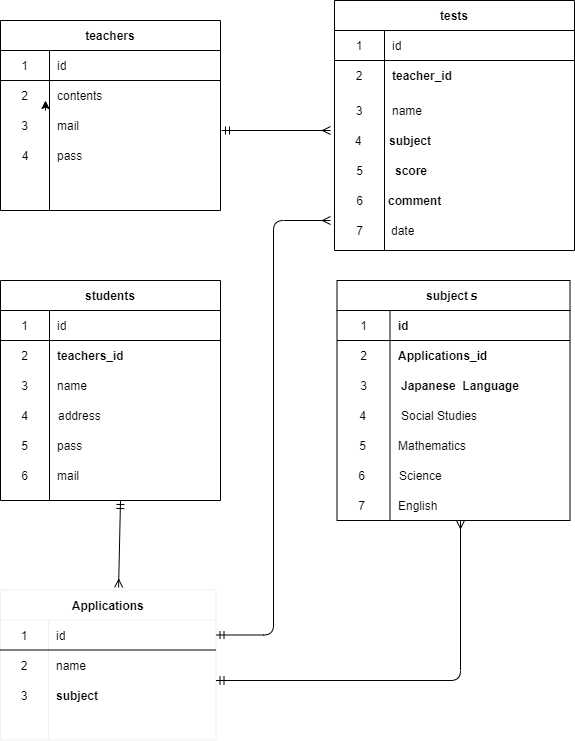
Earlier version of the draw.io export index.drawio.png (konomi0527/20210724kato). Source tidied: cells renumbered, new cells last; positions are measured from the earlier drawing's top-left corner, leaving out a move shared by most shapes.
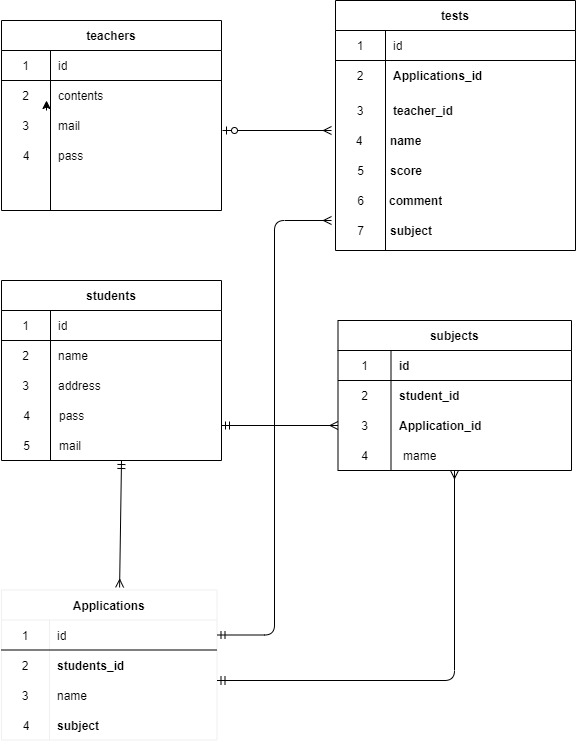
Later version of the same file.

Commit message:
修正内容が分かるコミットメッセージ

What changed in the source:
```diff
@@ -39,7 +39,7 @@
       <mxGeometry x="49" width="171" height="30" as="geometry" />
     </mxCell>
     <mxCell id="13" value="students" style="shape=table;startSize=30;rowLines=0;fontStyle=1;align=center;" parent="1" vertex="1">
-      <mxGeometry y="280" width="220" height="220" as="geometry" />
+      <mxGeometry y="280" width="220" height="180" as="geometry" />
     </mxCell>
     <mxCell id="14" style="shape=partialRectangle;html=1;whiteSpace=wrap;fillColor=none;top=0;left=0;bottom=1;right=0;" parent="13" vertex="1">
       <mxGeometry y="30" width="220" height="30" as="geometry" />
@@ -50,53 +50,44 @@
     <mxCell id="16" value="id" style="shape=partialRectangle;html=1;whiteSpace=wrap;fillColor=none;top=0;left=0;bottom=0;right=0;align=left;spacingLeft=6;overflow=hidden;" parent="14" vertex="1">
       <mxGeometry x="49" width="171" height="30" as="geometry" />
     </mxCell>
-    <mxCell id="17" style="shape=partialRectangle;html=1;whiteSpace=wrap;fillColor=none;top=0;left=0;bottom=0;right=0;" parent="13" vertex="1">
-      <mxGeometry y="60" width="220" height="30" as="geometry" />
-    </mxCell>
-    <mxCell id="18" value="2" style="shape=partialRectangle;html=1;whiteSpace=wrap;fillColor=none;top=0;left=0;bottom=0;right=0;overflow=hidden;" parent="17" vertex="1">
-      <mxGeometry width="49" height="30" as="geometry" />
-    </mxCell>
-    <mxCell id="19" value="&lt;span style=&quot;font-weight: 700 ; text-align: center&quot;&gt;teachers_id&lt;/span&gt;" style="shape=partialRectangle;html=1;whiteSpace=wrap;fillColor=none;top=0;left=0;bottom=0;right=0;align=left;spacingLeft=6;overflow=hidden;" parent="17" vertex="1">
-      <mxGeometry x="49" width="171" height="30" as="geometry" />
-    </mxCell>
     <mxCell id="20" style="shape=partialRectangle;html=1;whiteSpace=wrap;fillColor=none;top=0;left=0;bottom=0;right=0;" parent="13" vertex="1">
-      <mxGeometry y="90" width="220" height="30" as="geometry" />
+      <mxGeometry y="60" width="220" height="30" as="geometry" />
     </mxCell>
-    <mxCell id="21" value="3" style="shape=partialRectangle;html=1;whiteSpace=wrap;fillColor=none;top=0;left=0;bottom=0;right=0;overflow=hidden;" parent="20" vertex="1">
+    <mxCell id="21" value="2" style="shape=partialRectangle;html=1;whiteSpace=wrap;fillColor=none;top=0;left=0;bottom=0;right=0;overflow=hidden;" parent="20" vertex="1">
       <mxGeometry width="49" height="30" as="geometry" />
     </mxCell>
     <mxCell id="22" value="name" style="shape=partialRectangle;html=1;whiteSpace=wrap;fillColor=none;top=0;left=0;bottom=0;right=0;align=left;spacingLeft=6;overflow=hidden;" parent="20" vertex="1">
       <mxGeometry x="49" width="171" height="30" as="geometry" />
     </mxCell>
-    <mxCell id="23" value="subjectｓ" style="shape=table;startSize=30;rowLines=0;fontStyle=1;align=center;strokeWidth=1;rounded=0;sketch=0;shadow=0;" parent="1" vertex="1">
-      <mxGeometry x="336.5" y="280" width="233" height="240" as="geometry" />
+    <mxCell id="23" value="subjects" style="shape=table;startSize=30;rowLines=0;fontStyle=1;align=center;strokeWidth=1;rounded=0;sketch=0;shadow=0;" parent="1" vertex="1">
+      <mxGeometry x="336.5" y="320" width="233.5" height="150" as="geometry" />
     </mxCell>
     <mxCell id="24" style="shape=partialRectangle;html=1;whiteSpace=wrap;fillColor=none;top=0;left=0;bottom=1;right=0;" parent="23" vertex="1">
-      <mxGeometry y="30" width="233" height="30" as="geometry" />
+      <mxGeometry y="30" width="233.5" height="30" as="geometry" />
     </mxCell>
     <mxCell id="25" value="1" style="shape=partialRectangle;html=1;whiteSpace=wrap;fillColor=none;top=0;left=0;bottom=0;right=0;overflow=hidden;" parent="24" vertex="1">
       <mxGeometry width="53" height="30" as="geometry" />
     </mxCell>
     <mxCell id="26" value="&lt;div style=&quot;text-align: center&quot;&gt;&lt;span&gt;&lt;b&gt;id&lt;/b&gt;&lt;/span&gt;&lt;/div&gt;" style="shape=partialRectangle;html=1;whiteSpace=wrap;fillColor=none;top=0;left=0;bottom=0;right=0;align=left;spacingLeft=6;overflow=hidden;" parent="24" vertex="1">
-      <mxGeometry x="53" width="180" height="30" as="geometry" />
+      <mxGeometry x="53" width="181" height="30" as="geometry" />
     </mxCell>
     <mxCell id="27" style="shape=partialRectangle;html=1;whiteSpace=wrap;fillColor=none;top=0;left=0;bottom=0;right=0;" parent="23" vertex="1">
-      <mxGeometry y="60" width="233" height="30" as="geometry" />
+      <mxGeometry y="60" width="233.5" height="30" as="geometry" />
     </mxCell>
     <mxCell id="28" value="2" style="shape=partialRectangle;html=1;whiteSpace=wrap;fillColor=none;top=0;left=0;bottom=0;right=0;overflow=hidden;" parent="27" vertex="1">
       <mxGeometry width="53" height="30" as="geometry" />
     </mxCell>
-    <mxCell id="29" value="&lt;span style=&quot;font-weight: 700 ; text-align: center&quot;&gt;Applications_id&lt;/span&gt;" style="shape=partialRectangle;html=1;whiteSpace=wrap;fillColor=none;top=0;left=0;bottom=0;right=0;align=left;spacingLeft=6;overflow=hidden;" parent="27" vertex="1">
-      <mxGeometry x="53" width="180" height="30" as="geometry" />
+    <mxCell id="29" value="&lt;div style=&quot;text-align: center&quot;&gt;&lt;span style=&quot;font-weight: 700&quot;&gt;student_id&lt;/span&gt;&lt;br&gt;&lt;/div&gt;" style="shape=partialRectangle;html=1;whiteSpace=wrap;fillColor=none;top=0;left=0;bottom=0;right=0;align=left;spacingLeft=6;overflow=hidden;" parent="27" vertex="1">
+      <mxGeometry x="53" width="181" height="30" as="geometry" />
     </mxCell>
     <mxCell id="30" style="shape=partialRectangle;html=1;whiteSpace=wrap;fillColor=none;top=0;left=0;bottom=0;right=0;points=[[0,0.5],[1,0.5]];portConstraint=eastwest;" parent="23" vertex="1">
-      <mxGeometry y="90" width="233" height="30" as="geometry" />
+      <mxGeometry y="90" width="233.5" height="30" as="geometry" />
     </mxCell>
     <mxCell id="31" value="3" style="shape=partialRectangle;html=1;whiteSpace=wrap;fillColor=none;top=0;left=0;bottom=0;right=0;overflow=hidden;" parent="30" vertex="1">
       <mxGeometry width="53" height="30" as="geometry" />
     </mxCell>
-    <mxCell id="32" style="shape=partialRectangle;html=1;whiteSpace=wrap;fillColor=none;top=0;left=0;bottom=0;right=0;align=left;spacingLeft=6;overflow=hidden;" parent="30" vertex="1">
-      <mxGeometry x="53" width="180" height="30" as="geometry" />
+    <mxCell id="32" value="&lt;span style=&quot;font-weight: 700 ; text-align: center&quot;&gt;Application_id&lt;/span&gt;" style="shape=partialRectangle;html=1;whiteSpace=wrap;fillColor=none;top=0;left=0;bottom=0;right=0;align=left;spacingLeft=6;overflow=hidden;" parent="30" vertex="1">
+      <mxGeometry x="53" width="181" height="30" as="geometry" />
     </mxCell>
     <mxCell id="33" value="tests" style="shape=table;startSize=30;rowLines=0;fontStyle=1;align=center;" parent="1" vertex="1">
       <mxGeometry x="334" width="240" height="250" as="geometry" />
@@ -116,7 +107,7 @@
     <mxCell id="38" value="2" style="shape=partialRectangle;html=1;whiteSpace=wrap;fillColor=none;top=0;left=0;bottom=0;right=0;overflow=hidden;" parent="37" vertex="1">
       <mxGeometry width="50" height="30" as="geometry" />
     </mxCell>
-    <mxCell id="39" value="&lt;span style=&quot;font-weight: 700 ; text-align: center&quot;&gt;teacher_id&lt;/span&gt;" style="shape=partialRectangle;html=1;whiteSpace=wrap;fillColor=none;top=0;left=0;bottom=0;right=0;align=left;spacingLeft=6;overflow=hidden;" parent="37" vertex="1">
+    <mxCell id="39" value="&lt;span style=&quot;font-weight: 700 ; text-align: center&quot;&gt;Applications_id&lt;/span&gt;" style="shape=partialRectangle;html=1;whiteSpace=wrap;fillColor=none;top=0;left=0;bottom=0;right=0;align=left;spacingLeft=6;overflow=hidden;" parent="37" vertex="1">
       <mxGeometry x="50" width="190" height="30" as="geometry" />
     </mxCell>
     <mxCell id="40" style="shape=partialRectangle;html=1;whiteSpace=wrap;fillColor=none;top=0;left=0;bottom=0;right=0;" parent="33" vertex="1">
@@ -125,7 +116,7 @@
     <mxCell id="41" value="3" style="shape=partialRectangle;html=1;whiteSpace=wrap;fillColor=none;top=0;left=0;bottom=0;right=0;overflow=hidden;" parent="40" vertex="1">
       <mxGeometry width="50" height="40" as="geometry" />
     </mxCell>
-    <mxCell id="42" value="name" style="shape=partialRectangle;html=1;whiteSpace=wrap;fillColor=none;top=0;left=0;bottom=0;right=0;align=left;spacingLeft=6;overflow=hidden;" parent="40" vertex="1">
+    <mxCell id="42" value="&lt;span style=&quot;font-weight: 700 ; text-align: center&quot;&gt;teacher_id&lt;/span&gt;" style="shape=partialRectangle;html=1;whiteSpace=wrap;fillColor=none;top=0;left=0;bottom=0;right=0;align=left;spacingLeft=6;overflow=hidden;" parent="40" vertex="1">
       <mxGeometry x="50" width="190" height="40" as="geometry" />
     </mxCell>
     <mxCell id="43" value="4" style="shape=partialRectangle;html=1;whiteSpace=wrap;fillColor=none;top=0;left=0;bottom=0;right=0;overflow=hidden;" parent="1" vertex="1">
@@ -134,35 +125,26 @@
     <mxCell id="44" value="pass" style="shape=partialRectangle;html=1;whiteSpace=wrap;fillColor=none;top=0;left=0;bottom=0;right=0;align=left;spacingLeft=6;overflow=hidden;" parent="1" vertex="1">
       <mxGeometry x="49" y="140" width="140" height="30" as="geometry" />
     </mxCell>
-    <mxCell id="45" value="Social Studies" style="shape=partialRectangle;html=1;whiteSpace=wrap;fillColor=none;top=0;left=0;bottom=0;right=0;align=left;spacingLeft=6;overflow=hidden;" parent="1" vertex="1">
-      <mxGeometry x="393" y="400" width="171" height="30" as="geometry" />
-    </mxCell>
-    <mxCell id="46" value="&lt;div style=&quot;text-align: center&quot;&gt;&lt;span&gt;&lt;b&gt;Japanese&amp;nbsp; Language&lt;/b&gt;&lt;/span&gt;&lt;/div&gt;" style="shape=partialRectangle;html=1;whiteSpace=wrap;fillColor=none;top=0;left=0;bottom=0;right=0;align=left;spacingLeft=6;overflow=hidden;" parent="1" vertex="1">
-      <mxGeometry x="393" y="370" width="171" height="30" as="geometry" />
-    </mxCell>
     <mxCell id="47" style="shape=partialRectangle;html=1;whiteSpace=wrap;fillColor=none;top=0;left=0;bottom=0;right=0;overflow=hidden;" parent="1" vertex="1">
       <mxGeometry x="350" y="250" width="49" height="30" as="geometry" />
     </mxCell>
-    <mxCell id="48" value="4" style="shape=partialRectangle;html=1;whiteSpace=wrap;fillColor=none;top=0;left=0;bottom=0;right=0;overflow=hidden;" parent="1" vertex="1">
-      <mxGeometry x="338" y="400" width="49" height="30" as="geometry" />
-    </mxCell>
     <mxCell id="49" value="pass" style="shape=partialRectangle;html=1;whiteSpace=wrap;fillColor=none;top=0;left=0;bottom=0;right=0;align=left;spacingLeft=6;overflow=hidden;" parent="1" vertex="1">
-      <mxGeometry x="49" y="430" width="171" height="30" as="geometry" />
+      <mxGeometry x="49.5" y="400" width="171" height="30" as="geometry" />
     </mxCell>
-    <mxCell id="50" value="4" style="shape=partialRectangle;html=1;whiteSpace=wrap;fillColor=none;top=0;left=0;bottom=0;right=0;overflow=hidden;" parent="1" vertex="1">
-      <mxGeometry y="400" width="49" height="30" as="geometry" />
+    <mxCell id="50" value="3" style="shape=partialRectangle;html=1;whiteSpace=wrap;fillColor=none;top=0;left=0;bottom=0;right=0;overflow=hidden;" parent="1" vertex="1">
+      <mxGeometry x="-0.5" y="370" width="49" height="30" as="geometry" />
     </mxCell>
-    <mxCell id="51" value="5" style="shape=partialRectangle;html=1;whiteSpace=wrap;fillColor=none;top=0;left=0;bottom=0;right=0;overflow=hidden;" parent="1" vertex="1">
-      <mxGeometry y="430" width="49" height="30" as="geometry" />
+    <mxCell id="51" value="4" style="shape=partialRectangle;html=1;whiteSpace=wrap;fillColor=none;top=0;left=0;bottom=0;right=0;overflow=hidden;" parent="1" vertex="1">
+      <mxGeometry x="0.5" y="400" width="49" height="30" as="geometry" />
     </mxCell>
     <mxCell id="52" value="mail" style="shape=partialRectangle;html=1;whiteSpace=wrap;fillColor=none;top=0;left=0;bottom=0;right=0;align=left;spacingLeft=6;overflow=hidden;" parent="1" vertex="1">
-      <mxGeometry x="49" y="460" width="171" height="30" as="geometry" />
+      <mxGeometry x="49.5" y="430" width="171" height="30" as="geometry" />
     </mxCell>
     <mxCell id="53" value="5" style="shape=partialRectangle;html=1;whiteSpace=wrap;fillColor=none;top=0;left=0;bottom=0;right=0;overflow=hidden;" parent="1" vertex="1">
       <mxGeometry x="332.5" y="150" width="53" height="40" as="geometry" />
     </mxCell>
     <mxCell id="54" value="&lt;div style=&quot;text-align: center&quot;&gt;&lt;span&gt;&lt;b&gt;score&lt;/b&gt;&lt;/span&gt;&lt;/div&gt;" style="shape=partialRectangle;html=1;whiteSpace=wrap;fillColor=none;top=0;left=0;bottom=0;right=0;align=left;spacingLeft=6;overflow=hidden;" parent="1" vertex="1">
-      <mxGeometry x="387" y="155" width="187" height="30" as="geometry" />
+      <mxGeometry x="381" y="155" width="187" height="30" as="geometry" />
     </mxCell>
     <mxCell id="55" value="6" style="shape=partialRectangle;html=1;whiteSpace=wrap;fillColor=none;top=0;left=0;bottom=0;right=0;overflow=hidden;" parent="1" vertex="1">
       <mxGeometry x="332.5" y="185" width="53" height="30" as="geometry" />
@@ -173,9 +155,6 @@
     <mxCell id="57" value="&lt;div style=&quot;text-align: center&quot;&gt;&lt;b&gt;comment&lt;/b&gt;&lt;/div&gt;" style="shape=partialRectangle;html=1;whiteSpace=wrap;fillColor=none;top=0;left=0;bottom=0;right=0;align=left;spacingLeft=6;overflow=hidden;" parent="1" vertex="1">
       <mxGeometry x="380" y="185" width="191" height="30" as="geometry" />
     </mxCell>
-    <mxCell id="58" value="&lt;div style=&quot;text-align: center&quot;&gt;date&lt;/div&gt;" style="shape=partialRectangle;html=1;whiteSpace=wrap;fillColor=none;top=0;left=0;bottom=0;right=0;align=left;spacingLeft=6;overflow=hidden;" parent="1" vertex="1">
-      <mxGeometry x="382.5" y="215" width="187" height="30" as="geometry" />
-    </mxCell>
     <mxCell id="59" value="Applications" style="shape=table;startSize=30;rowLines=0;fontStyle=1;align=center;rounded=0;shadow=0;sketch=0;strokeColor=#f0f0f0;strokeWidth=1;" parent="1" vertex="1">
       <mxGeometry y="589.5" width="215.5" height="150" as="geometry" />
     </mxCell>
@@ -194,7 +173,7 @@
     <mxCell id="64" value="2" style="shape=partialRectangle;html=1;whiteSpace=wrap;fillColor=none;top=0;left=0;bottom=0;right=0;overflow=hidden;" parent="63" vertex="1">
       <mxGeometry width="48" height="30" as="geometry" />
     </mxCell>
-    <mxCell id="65" value="name" style="shape=partialRectangle;html=1;whiteSpace=wrap;fillColor=none;top=0;left=0;bottom=0;right=0;align=left;spacingLeft=6;overflow=hidden;" parent="63" vertex="1">
+    <mxCell id="65" value="&lt;span style=&quot;font-weight: 700 ; text-align: center&quot;&gt;students_id&lt;/span&gt;" style="shape=partialRectangle;html=1;whiteSpace=wrap;fillColor=none;top=0;left=0;bottom=0;right=0;align=left;spacingLeft=6;overflow=hidden;" parent="63" vertex="1">
       <mxGeometry x="48" width="168" height="30" as="geometry" />
     </mxCell>
     <mxCell id="66" style="shape=partialRectangle;html=1;whiteSpace=wrap;fillColor=none;top=0;left=0;bottom=0;right=0;" parent="59" vertex="1">
@@ -203,30 +182,30 @@
     <mxCell id="67" value="3" style="shape=partialRectangle;html=1;whiteSpace=wrap;fillColor=none;top=0;left=0;bottom=0;right=0;overflow=hidden;" parent="66" vertex="1">
       <mxGeometry width="48" height="30" as="geometry" />
     </mxCell>
-    <mxCell id="68" value="&lt;span style=&quot;font-weight: 700 ; text-align: center&quot;&gt;subject&lt;/span&gt;" style="shape=partialRectangle;html=1;whiteSpace=wrap;fillColor=none;top=0;left=0;bottom=0;right=0;align=left;spacingLeft=6;overflow=hidden;" parent="66" vertex="1">
+    <mxCell id="68" value="name" style="shape=partialRectangle;html=1;whiteSpace=wrap;fillColor=none;top=0;left=0;bottom=0;right=0;align=left;spacingLeft=6;overflow=hidden;" parent="66" vertex="1">
       <mxGeometry x="48" width="168" height="30" as="geometry" />
     </mxCell>
-    <mxCell id="69" value="&lt;span style=&quot;font-weight: 700 ; text-align: center&quot;&gt;subject&lt;/span&gt;" style="shape=partialRectangle;html=1;whiteSpace=wrap;fillColor=none;top=0;left=0;bottom=0;right=0;align=left;spacingLeft=6;overflow=hidden;" parent="1" vertex="1">
+    <mxCell id="69" value="&lt;div style=&quot;text-align: center&quot;&gt;&lt;span&gt;&lt;b&gt;name&lt;/b&gt;&lt;/span&gt;&lt;/div&gt;" style="shape=partialRectangle;html=1;whiteSpace=wrap;fillColor=none;top=0;left=0;bottom=0;right=0;align=left;spacingLeft=6;overflow=hidden;" parent="1" vertex="1">
       <mxGeometry x="381" y="120" width="190" height="40" as="geometry" />
     </mxCell>
     <mxCell id="70" value="4" style="shape=partialRectangle;html=1;whiteSpace=wrap;fillColor=none;top=0;left=0;bottom=0;right=0;overflow=hidden;" parent="1" vertex="1">
       <mxGeometry x="332.5" y="120" width="50" height="40" as="geometry" />
     </mxCell>
-    <mxCell id="71" value="6" style="shape=partialRectangle;html=1;whiteSpace=wrap;fillColor=none;top=0;left=0;bottom=0;right=0;overflow=hidden;" parent="1" vertex="1">
-      <mxGeometry y="460" width="49" height="30" as="geometry" />
+    <mxCell id="71" value="5" style="shape=partialRectangle;html=1;whiteSpace=wrap;fillColor=none;top=0;left=0;bottom=0;right=0;overflow=hidden;" parent="1" vertex="1">
+      <mxGeometry x="0.5" y="430" width="49" height="30" as="geometry" />
     </mxCell>
     <mxCell id="72" value="address" style="shape=partialRectangle;html=1;whiteSpace=wrap;fillColor=none;top=0;left=0;bottom=0;right=0;align=left;spacingLeft=6;overflow=hidden;" parent="1" vertex="1">
-      <mxGeometry x="50" y="400" width="171" height="30" as="geometry" />
+      <mxGeometry x="48.5" y="370" width="171" height="30" as="geometry" />
     </mxCell>
-    <mxCell id="73" style="shape=partialRectangle;html=1;whiteSpace=wrap;fillColor=none;top=0;left=0;bottom=0;right=0;align=left;spacingLeft=6;overflow=hidden;" parent="1" vertex="1">
+    <mxCell id="73" value="&lt;span style=&quot;font-weight: 700 ; text-align: center&quot;&gt;subject&lt;/span&gt;" style="shape=partialRectangle;html=1;whiteSpace=wrap;fillColor=none;top=0;left=0;bottom=0;right=0;align=left;spacingLeft=6;overflow=hidden;" parent="1" vertex="1">
       <mxGeometry x="47.5" y="709.5" width="168" height="30" as="geometry" />
     </mxCell>
     <mxCell id="74" style="endArrow=ERmandOne;html=1;exitX=0.548;exitY=-0.017;exitDx=0;exitDy=0;exitPerimeter=0;startArrow=ERmany;startFill=0;endFill=0;" parent="1" edge="1" source="59">
       <mxGeometry relative="1" as="geometry">
-        <mxPoint x="120" y="500" as="targetPoint" />
+        <mxPoint x="120" y="460" as="targetPoint" />
       </mxGeometry>
     </mxCell>
-    <mxCell id="75" style="endArrow=ERmany;html=1;endFill=0;startArrow=ERmandOne;startFill=0;" parent="1" edge="1">
+    <mxCell id="75" style="endArrow=ERmany;html=1;endFill=0;startArrow=ERzeroToOne;startFill=1;" parent="1" edge="1">
       <mxGeometry relative="1" as="geometry">
         <mxPoint x="221" y="130" as="sourcePoint" />
         <mxPoint x="330" y="130" as="targetPoint" />
@@ -235,31 +214,30 @@
     <mxCell id="76" style="edgeStyle=segmentEdgeStyle;endArrow=ERmany;html=1;endFill=0;startArrow=ERmandOne;startFill=0;" parent="1" edge="1">
       <mxGeometry relative="1" as="geometry">
         <mxPoint x="215.5" y="680" as="sourcePoint" />
-        <mxPoint x="460" y="520" as="targetPoint" />
+        <mxPoint x="453" y="470" as="targetPoint" />
       </mxGeometry>
     </mxCell>
-    <mxCell id="77" value="5" style="shape=partialRectangle;html=1;whiteSpace=wrap;fillColor=none;top=0;left=0;bottom=0;right=0;overflow=hidden;" parent="1" vertex="1">
-      <mxGeometry x="338" y="430" width="49" height="30" as="geometry" />
-    </mxCell>
-    <mxCell id="78" value="Mathematics" style="shape=partialRectangle;html=1;whiteSpace=wrap;fillColor=none;top=0;left=0;bottom=0;right=0;align=left;spacingLeft=6;overflow=hidden;" parent="1" vertex="1">
-      <mxGeometry x="390" y="430" width="171" height="30" as="geometry" />
-    </mxCell>
-    <mxCell id="79" value="6" style="shape=partialRectangle;html=1;whiteSpace=wrap;fillColor=none;top=0;left=0;bottom=0;right=0;overflow=hidden;" parent="1" vertex="1">
-      <mxGeometry x="336.5" y="460" width="49" height="30" as="geometry" />
-    </mxCell>
-    <mxCell id="80" value="Science" style="shape=partialRectangle;html=1;whiteSpace=wrap;fillColor=none;top=0;left=0;bottom=0;right=0;align=left;spacingLeft=6;overflow=hidden;" parent="1" vertex="1">
-      <mxGeometry x="390.5" y="460" width="171" height="30" as="geometry" />
-    </mxCell>
-    <mxCell id="81" value="7" style="shape=partialRectangle;html=1;whiteSpace=wrap;fillColor=none;top=0;left=0;bottom=0;right=0;overflow=hidden;" parent="1" vertex="1">
-      <mxGeometry x="336.5" y="490" width="49" height="30" as="geometry" />
-    </mxCell>
-    <mxCell id="82" value="English" style="shape=partialRectangle;html=1;whiteSpace=wrap;fillColor=none;top=0;left=0;bottom=0;right=0;align=left;spacingLeft=6;overflow=hidden;" parent="1" vertex="1">
-      <mxGeometry x="390" y="490" width="171" height="30" as="geometry" />
-    </mxCell>
     <mxCell id="83" style="edgeStyle=elbowEdgeStyle;elbow=horizontal;endArrow=ERmany;html=1;exitX=1;exitY=0.5;exitDx=0;exitDy=0;endFill=0;startArrow=ERmandOne;startFill=0;" parent="1" edge="1" source="60">
       <mxGeometry relative="1" as="geometry">
         <mxPoint x="330" y="220" as="targetPoint" />
       </mxGeometry>
     </mxCell>
+    <mxCell id="84" style="edgeStyle=orthogonalEdgeStyle;rounded=0;jettySize=auto;html=1;startArrow=ERmandOne;startFill=0;endArrow=ERmany;endFill=0;" parent="1" edge="1" target="30">
+      <mxGeometry relative="1" as="geometry">
+        <mxPoint x="220" y="425" as="sourcePoint" />
+      </mxGeometry>
+    </mxCell>
+    <mxCell id="85" value="4" style="shape=partialRectangle;html=1;whiteSpace=wrap;fillColor=none;top=0;left=0;bottom=0;right=0;overflow=hidden;" parent="1" vertex="1">
+      <mxGeometry x="0.5" y="709.5" width="48" height="30" as="geometry" />
+    </mxCell>
+    <mxCell id="86" value="4" style="shape=partialRectangle;html=1;whiteSpace=wrap;fillColor=none;top=0;left=0;bottom=0;right=0;overflow=hidden;" parent="1" vertex="1">
+      <mxGeometry x="336.5" y="440" width="53" height="30" as="geometry" />
+    </mxCell>
+    <mxCell id="87" value="mame" style="shape=partialRectangle;html=1;whiteSpace=wrap;fillColor=none;top=0;left=0;bottom=0;right=0;align=left;spacingLeft=6;overflow=hidden;" parent="1" vertex="1">
+      <mxGeometry x="394" y="440" width="180" height="30" as="geometry" />
+    </mxCell>
+    <mxCell id="88" value="&lt;span style=&quot;font-weight: 700 ; text-align: center&quot;&gt;subject&lt;/span&gt;" style="shape=partialRectangle;html=1;whiteSpace=wrap;fillColor=none;top=0;left=0;bottom=0;right=0;align=left;spacingLeft=6;overflow=hidden;" parent="1" vertex="1">
+      <mxGeometry x="380.5" y="210" width="190" height="40" as="geometry" />
+    </mxCell>
   </root>
 </mxGraphModel>
```
